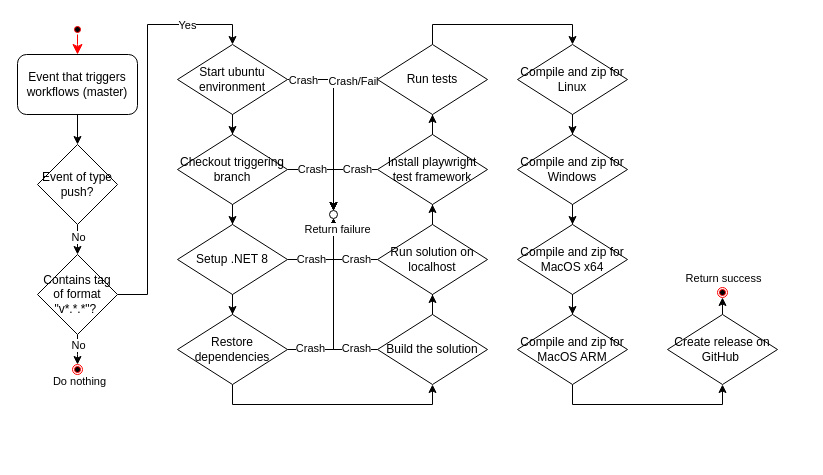
Earlier version of the draw.io diagram docs/diagrams/release.drawio (ITU-BDSA2024-GROUP5/Chirp). Source tidied: cells renumbered, new cells numbered last; positions are measured from the earlier drawing's top-left corner, leaving out a move shared by most shapes. Both pictures are drawn from the tidied source at 100%, with x=0, y=0 at pixel (17, 24).
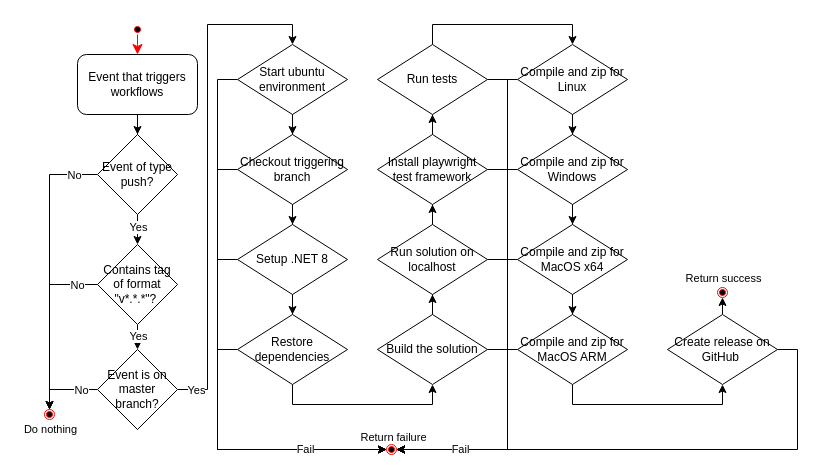
Above is the later version.

Commit message (it also covers changes not shown here):
add diagrams for workflows

Unchanged cells that the change refers to:
```xml
<mxCell id="4" style="edgeStyle=orthogonalEdgeStyle;rounded=0;jettySize=auto;html=1;entryX=0.5;entryY=0;entryDx=0;entryDy=0;" parent="1" edge="1" source="6" target="12">
  <mxGeometry relative="1" as="geometry" />
</mxCell>
<mxCell id="28" value="Run solution on localhost" style="rhombus;whiteSpace=wrap;html=1;" parent="1" vertex="1">
  <mxGeometry x="360" y="200" width="110" height="70" as="geometry" />
</mxCell>
<mxCell id="32" value="Build the solution" style="rhombus;whiteSpace=wrap;html=1;" parent="1" vertex="1">
  <mxGeometry x="360" y="290" width="110" height="70" as="geometry" />
</mxCell>
<mxCell id="40" value="Install playwright test framework" style="rhombus;whiteSpace=wrap;html=1;" parent="1" vertex="1">
  <mxGeometry x="360" y="110" width="110" height="70" as="geometry" />
</mxCell>
<mxCell id="47" value="Run tests" style="rhombus;whiteSpace=wrap;html=1;" parent="1" vertex="1">
  <mxGeometry x="360" y="20" width="110" height="70" as="geometry" />
</mxCell>
<mxCell id="54" value="Compile and zip for Windows" style="rhombus;whiteSpace=wrap;html=1;" parent="1" vertex="1">
  <mxGeometry x="500" y="110" width="110" height="70" as="geometry" />
</mxCell>
<mxCell id="56" value="Compile and zip for Linux" style="rhombus;whiteSpace=wrap;html=1;" parent="1" vertex="1">
  <mxGeometry x="500" y="20" width="110" height="70" as="geometry" />
</mxCell>
<mxCell id="58" value="Compile and zip for MacOS x64" style="rhombus;whiteSpace=wrap;html=1;" parent="1" vertex="1">
  <mxGeometry x="500" y="200" width="110" height="70" as="geometry" />
</mxCell>
<mxCell id="60" value="Compile and zip for MacOS ARM" style="rhombus;whiteSpace=wrap;html=1;" parent="1" vertex="1">
  <mxGeometry x="500" y="290" width="110" height="70" as="geometry" />
</mxCell>
<mxCell id="61" value="Create release on GitHub&amp;nbsp;" style="rhombus;whiteSpace=wrap;html=1;" parent="1" vertex="1">
  <mxGeometry x="650" y="290" width="110" height="70" as="geometry" />
</mxCell>
```

The edit, as a diff of the source:
```diff
@@
-    <mxCell id="3" value="&lt;font&gt;Event that triggers workflows (master)&lt;/font&gt;" style="rounded=1;whiteSpace=wrap;html=1;" parent="1" vertex="1">
-      <mxGeometry y="30" width="120" height="60" as="geometry" />
+    <mxCell id="3" value="&lt;font&gt;Event that triggers workflows&lt;/font&gt;" style="rounded=1;whiteSpace=wrap;html=1;" parent="1" vertex="1">
+      <mxGeometry x="60" y="30" width="120" height="60" as="geometry" />
     </mxCell>
@@
-    <mxCell id="5" value="No" style="edgeLabel;html=1;align=center;verticalAlign=middle;" parent="4" vertex="1">
+    <mxCell id="5" value="Yes" style="edgeLabel;html=1;align=center;verticalAlign=middle;" parent="4" vertex="1">
       <mxGeometry x="0.48" y="-1" relative="1" as="geometry">
         <mxPoint x="1" y="-5" as="offset" />
       </mxGeometry>
     </mxCell>
+    <mxCell id="62" style="edgeStyle=orthogonalEdgeStyle;rounded=0;jettySize=auto;html=1;exitX=0;exitY=0.5;exitDx=0;exitDy=0;entryX=0.5;entryY=0;entryDx=0;entryDy=0;" parent="1" edge="1" source="6" target="49">
+      <mxGeometry relative="1" as="geometry" />
+    </mxCell>
+    <mxCell id="63" value="No" style="edgeLabel;html=1;align=center;verticalAlign=middle;" parent="62" vertex="1">
+      <mxGeometry x="-0.83" y="-4" relative="1" as="geometry">
+        <mxPoint y="4" as="offset" />
+      </mxGeometry>
+    </mxCell>
     <mxCell id="6" value="Event of type push?" style="rhombus;whiteSpace=wrap;html=1;" parent="1" vertex="1">
-      <mxGeometry x="20" y="120" width="80" height="80" as="geometry" />
+      <mxGeometry x="80" y="110" width="80" height="80" as="geometry" />
     </mxCell>
-    <mxCell id="7" style="edgeStyle=orthogonalEdgeStyle;rounded=0;jettySize=auto;html=1;" parent="1" edge="1" source="12">
-      <mxGeometry relative="1" as="geometry">
-        <mxPoint x="60" y="340" as="targetPoint" />
-      </mxGeometry>
-    </mxCell>
-    <mxCell id="8" value="Do nothing" style="edgeLabel;html=1;align=center;verticalAlign=middle;" parent="7" vertex="1">
-      <mxGeometry x="-0.19" y="1" relative="1" as="geometry">
-        <mxPoint y="34" as="offset" />
-      </mxGeometry>
-    </mxCell>
-    <mxCell id="9" value="No" style="edgeLabel;html=1;align=center;verticalAlign=middle;" parent="7" vertex="1">
-      <mxGeometry x="-0.26" y="-1" relative="1" as="geometry">
-        <mxPoint x="1" y="-1" as="offset" />
-      </mxGeometry>
-    </mxCell>
-    <mxCell id="10" style="edgeStyle=orthogonalEdgeStyle;rounded=0;jettySize=auto;html=1;entryX=0.5;entryY=0;entryDx=0;entryDy=0;" parent="1" edge="1" source="12" target="16">
-      <mxGeometry relative="1" as="geometry" />
-    </mxCell>
-    <mxCell id="11" value="Yes" style="edgeLabel;html=1;align=center;verticalAlign=middle;" parent="10" vertex="1">
-      <mxGeometry x="0.67" y="1" relative="1" as="geometry">
-        <mxPoint x="1" y="1" as="offset" />
-      </mxGeometry>
-    </mxCell>
+    <mxCell id="64" style="edgeStyle=orthogonalEdgeStyle;rounded=0;jettySize=auto;html=1;exitX=0.5;exitY=1;exitDx=0;exitDy=0;entryX=0.5;entryY=0;entryDx=0;entryDy=0;" parent="1" edge="1" source="12" target="88">
+      <mxGeometry relative="1" as="geometry" />
+    </mxCell>
+    <mxCell id="65" value="Yes" style="edgeLabel;html=1;align=center;verticalAlign=middle;" parent="64" vertex="1">
+      <mxGeometry x="-0.03" y="1" relative="1" as="geometry">
+        <mxPoint x="-1" y="-1" as="offset" />
+      </mxGeometry>
+    </mxCell>
+    <mxCell id="66" style="edgeStyle=orthogonalEdgeStyle;rounded=0;jettySize=auto;html=1;exitX=0;exitY=0.5;exitDx=0;exitDy=0;entryX=0.5;entryY=0;entryDx=0;entryDy=0;" parent="1" edge="1" source="12" target="49">
+      <mxGeometry relative="1" as="geometry" />
+    </mxCell>
+    <mxCell id="67" value="No" style="edgeLabel;html=1;align=center;verticalAlign=middle;" parent="66" vertex="1">
+      <mxGeometry x="-0.7" y="-1" relative="1" as="geometry">
+        <mxPoint x="5" y="1" as="offset" />
+      </mxGeometry>
+    </mxCell>
     <mxCell id="12" value="Contains tag of format &quot;v*.*.*&quot;?&amp;nbsp;" style="rhombus;whiteSpace=wrap;html=1;" parent="1" vertex="1">
-      <mxGeometry x="20" y="230" width="80" height="80" as="geometry" />
+      <mxGeometry x="80" y="220" width="80" height="80" as="geometry" />
     </mxCell>
@@
-    <mxCell id="14" style="edgeStyle=orthogonalEdgeStyle;rounded=0;jettySize=auto;html=1;exitX=1;exitY=0.5;exitDx=0;exitDy=0;" parent="1" edge="1" source="16" target="48">
-      <mxGeometry relative="1" as="geometry" />
-    </mxCell>
-    <mxCell id="15" value="Crash" style="edgeLabel;html=1;align=center;verticalAlign=middle;" parent="14" vertex="1">
-      <mxGeometry x="-0.79" y="-1" relative="1" as="geometry">
-        <mxPoint x="-4" y="-1" as="offset" />
-      </mxGeometry>
-    </mxCell>
+    <mxCell id="68" style="edgeStyle=orthogonalEdgeStyle;rounded=0;jettySize=auto;html=1;exitX=0;exitY=0.5;exitDx=0;exitDy=0;entryX=0;entryY=0.5;entryDx=0;entryDy=0;" parent="1" edge="1" source="16" target="83">
+      <mxGeometry relative="1" as="geometry" />
+    </mxCell>
     <mxCell id="16" value="Start ubuntu environment" style="rhombus;whiteSpace=wrap;html=1;" parent="1" vertex="1">
-      <mxGeometry x="160" y="20" width="110" height="70" as="geometry" />
+      <mxGeometry x="220" y="20" width="110" height="70" as="geometry" />
     </mxCell>
@@
-    <mxCell id="18" style="edgeStyle=orthogonalEdgeStyle;rounded=0;jettySize=auto;html=1;entryX=0.5;entryY=0;entryDx=0;entryDy=0;" parent="1" edge="1" source="20" target="48">
-      <mxGeometry relative="1" as="geometry" />
-    </mxCell>
-    <mxCell id="19" value="Crash" style="edgeLabel;html=1;align=center;verticalAlign=middle;" parent="18" vertex="1">
-      <mxGeometry x="-0.52" y="2" relative="1" as="geometry">
-        <mxPoint x="3" y="1" as="offset" />
-      </mxGeometry>
-    </mxCell>
+    <mxCell id="69" style="edgeStyle=orthogonalEdgeStyle;rounded=0;jettySize=auto;html=1;exitX=0;exitY=0.5;exitDx=0;exitDy=0;entryX=0;entryY=0.5;entryDx=0;entryDy=0;" parent="1" edge="1" source="20" target="83">
+      <mxGeometry relative="1" as="geometry" />
+    </mxCell>
     <mxCell id="20" value="Checkout triggering branch" style="rhombus;whiteSpace=wrap;html=1;" parent="1" vertex="1">
-      <mxGeometry x="160" y="110" width="110" height="70" as="geometry" />
+      <mxGeometry x="220" y="110" width="110" height="70" as="geometry" />
     </mxCell>
@@
-    <mxCell id="22" style="edgeStyle=orthogonalEdgeStyle;rounded=0;jettySize=auto;html=1;entryX=0.5;entryY=1;entryDx=0;entryDy=0;" parent="1" edge="1" source="24" target="48">
-      <mxGeometry relative="1" as="geometry" />
-    </mxCell>
-    <mxCell id="23" value="Crash" style="edgeLabel;html=1;align=center;verticalAlign=middle;" parent="22" vertex="1">
-      <mxGeometry x="-0.81" y="1" relative="1" as="geometry">
-        <mxPoint x="15" as="offset" />
-      </mxGeometry>
-    </mxCell>
+    <mxCell id="70" style="edgeStyle=orthogonalEdgeStyle;rounded=0;jettySize=auto;html=1;exitX=0;exitY=0.5;exitDx=0;exitDy=0;entryX=0;entryY=0.5;entryDx=0;entryDy=0;" parent="1" edge="1" source="24" target="83">
+      <mxGeometry relative="1" as="geometry" />
+    </mxCell>
     <mxCell id="24" value="Setup .NET 8" style="rhombus;whiteSpace=wrap;html=1;" parent="1" vertex="1">
-      <mxGeometry x="160" y="200" width="110" height="70" as="geometry" />
+      <mxGeometry x="220" y="200" width="110" height="70" as="geometry" />
     </mxCell>
@@
-    <mxCell id="26" style="edgeStyle=orthogonalEdgeStyle;rounded=0;jettySize=auto;html=1;entryX=0.5;entryY=1;entryDx=0;entryDy=0;" parent="1" edge="1" source="28" target="48">
-      <mxGeometry relative="1" as="geometry" />
-    </mxCell>
-    <mxCell id="27" value="Crash" style="edgeLabel;html=1;align=center;verticalAlign=middle;" parent="26" vertex="1">
-      <mxGeometry x="-0.63" relative="1" as="geometry">
-        <mxPoint x="-6" y="-1" as="offset" />
-      </mxGeometry>
-    </mxCell>
+    <mxCell id="71" style="edgeStyle=orthogonalEdgeStyle;rounded=0;jettySize=auto;html=1;exitX=1;exitY=0.5;exitDx=0;exitDy=0;entryX=1;entryY=0.5;entryDx=0;entryDy=0;" parent="1" edge="1" source="28" target="83">
+      <mxGeometry relative="1" as="geometry" />
+    </mxCell>
@@
-    <mxCell id="30" style="edgeStyle=orthogonalEdgeStyle;rounded=0;jettySize=auto;html=1;" parent="1" edge="1" source="32" target="48">
-      <mxGeometry relative="1" as="geometry" />
-    </mxCell>
-    <mxCell id="31" value="Crash" style="edgeLabel;html=1;align=center;verticalAlign=middle;" parent="30" vertex="1">
-      <mxGeometry x="-0.82" y="-2" relative="1" as="geometry">
-        <mxPoint x="-6" as="offset" />
-      </mxGeometry>
-    </mxCell>
+    <mxCell id="72" style="edgeStyle=orthogonalEdgeStyle;rounded=0;jettySize=auto;html=1;exitX=1;exitY=0.5;exitDx=0;exitDy=0;entryX=1;entryY=0.5;entryDx=0;entryDy=0;" parent="1" edge="1" source="32" target="83">
+      <mxGeometry relative="1" as="geometry" />
+    </mxCell>
@@
-    <mxCell id="34" style="edgeStyle=orthogonalEdgeStyle;rounded=0;jettySize=auto;html=1;" parent="1" edge="1" source="36" target="48">
-      <mxGeometry relative="1" as="geometry" />
-    </mxCell>
-    <mxCell id="35" value="Crash" style="edgeLabel;html=1;align=center;verticalAlign=middle;" parent="34" vertex="1">
-      <mxGeometry x="-0.86" y="-2" relative="1" as="geometry">
-        <mxPoint x="10" y="-4" as="offset" />
-      </mxGeometry>
-    </mxCell>
+    <mxCell id="73" style="edgeStyle=orthogonalEdgeStyle;rounded=0;jettySize=auto;html=1;exitX=0;exitY=0.5;exitDx=0;exitDy=0;entryX=0;entryY=0.5;entryDx=0;entryDy=0;" parent="1" edge="1" source="36" target="83">
+      <mxGeometry relative="1" as="geometry" />
+    </mxCell>
+    <mxCell id="74" value="Fail" style="edgeLabel;html=1;align=center;verticalAlign=middle;" parent="73" vertex="1">
+      <mxGeometry x="0.38" y="-2" relative="1" as="geometry">
+        <mxPoint x="8" y="-3" as="offset" />
+      </mxGeometry>
+    </mxCell>
     <mxCell id="36" value="Restore dependencies" style="rhombus;whiteSpace=wrap;html=1;" parent="1" vertex="1">
-      <mxGeometry x="160" y="290" width="110" height="70" as="geometry" />
+      <mxGeometry x="220" y="290" width="110" height="70" as="geometry" />
     </mxCell>
@@
-    <mxCell id="38" style="edgeStyle=orthogonalEdgeStyle;rounded=0;jettySize=auto;html=1;entryX=0.5;entryY=0;entryDx=0;entryDy=0;" parent="1" edge="1" source="40" target="48">
-      <mxGeometry relative="1" as="geometry" />
-    </mxCell>
-    <mxCell id="39" value="Crash" style="edgeLabel;html=1;align=center;verticalAlign=middle;" parent="38" vertex="1">
-      <mxGeometry x="-0.46" y="-2" relative="1" as="geometry">
-        <mxPoint x="2" y="1" as="offset" />
-      </mxGeometry>
-    </mxCell>
+    <mxCell id="75" style="edgeStyle=orthogonalEdgeStyle;rounded=0;jettySize=auto;html=1;exitX=1;exitY=0.5;exitDx=0;exitDy=0;entryX=1;entryY=0.5;entryDx=0;entryDy=0;" parent="1" edge="1" source="40" target="83">
+      <mxGeometry relative="1" as="geometry" />
+    </mxCell>
@@
-    <mxCell id="41" style="edgeStyle=orthogonalEdgeStyle;rounded=0;jettySize=auto;html=1;exitX=0;exitY=0.5;exitDx=0;exitDy=0;entryX=0.5;entryY=0;entryDx=0;entryDy=0;" parent="1" edge="1" source="47" target="48">
-      <mxGeometry relative="1" as="geometry" />
-    </mxCell>
-    <mxCell id="42" value="Crash/Fail" style="edgeLabel;html=1;align=center;verticalAlign=middle;" parent="41" vertex="1">
-      <mxGeometry x="-0.71" y="1" relative="1" as="geometry" />
-    </mxCell>
-    <mxCell id="43" value="Return failure" style="edgeLabel;html=1;align=center;verticalAlign=middle;" parent="41" vertex="1">
-      <mxGeometry x="0.63" relative="1" as="geometry">
-        <mxPoint x="3" y="50" as="offset" />
-      </mxGeometry>
-    </mxCell>
@@
+    <mxCell id="76" style="edgeStyle=orthogonalEdgeStyle;rounded=0;jettySize=auto;html=1;exitX=1;exitY=0.5;exitDx=0;exitDy=0;entryX=1;entryY=0.5;entryDx=0;entryDy=0;" parent="1" edge="1" source="47" target="83">
+      <mxGeometry relative="1" as="geometry" />
+    </mxCell>
@@
-    <mxCell id="48" style="ellipse;whiteSpace=wrap;html=1;" parent="1" vertex="1">
-      <mxGeometry x="312" y="186" width="8" height="8" as="geometry" />
-    </mxCell>
     <mxCell id="49" style="ellipse;html=1;shape=endState;fillColor=#000000;strokeColor=#ff0000;" parent="1" vertex="1">
-      <mxGeometry x="55" y="340" width="10" height="10" as="geometry" />
+      <mxGeometry x="27" y="385" width="10" height="10" as="geometry" />
     </mxCell>
@@
     <mxCell id="51" style="ellipse;html=1;shape=startState;fillColor=#000000;strokeColor=#ff0000;" parent="1" vertex="1">
-      <mxGeometry x="55" width="10" height="10" as="geometry" />
+      <mxGeometry x="115" width="10" height="10" as="geometry" />
     </mxCell>
     <mxCell id="52" style="edgeStyle=orthogonalEdgeStyle;html=1;verticalAlign=bottom;endArrow=classic;endSize=8;strokeColor=#ff0000;rounded=0;endFill=1;" parent="1" edge="1" source="51">
       <mxGeometry relative="1" as="geometry">
-        <mxPoint x="60" y="30" as="targetPoint" />
+        <mxPoint x="120" y="30" as="targetPoint" />
       </mxGeometry>
     </mxCell>
@@
+    <mxCell id="77" style="edgeStyle=orthogonalEdgeStyle;rounded=0;jettySize=auto;html=1;exitX=0;exitY=0.5;exitDx=0;exitDy=0;entryX=1;entryY=0.5;entryDx=0;entryDy=0;" parent="1" edge="1" source="54" target="83">
+      <mxGeometry relative="1" as="geometry">
+        <Array as="points">
+          <mxPoint x="490" y="145" />
+          <mxPoint x="490" y="425" />
+        </Array>
+      </mxGeometry>
+    </mxCell>
@@
+    <mxCell id="78" style="edgeStyle=orthogonalEdgeStyle;rounded=0;jettySize=auto;html=1;exitX=0;exitY=0.5;exitDx=0;exitDy=0;entryX=1;entryY=0.5;entryDx=0;entryDy=0;" parent="1" edge="1" source="56" target="83">
+      <mxGeometry relative="1" as="geometry">
+        <Array as="points">
+          <mxPoint x="490" y="55" />
+          <mxPoint x="490" y="425" />
+        </Array>
+      </mxGeometry>
+    </mxCell>
@@
+    <mxCell id="79" style="edgeStyle=orthogonalEdgeStyle;rounded=0;jettySize=auto;html=1;exitX=0;exitY=0.5;exitDx=0;exitDy=0;entryX=1;entryY=0.5;entryDx=0;entryDy=0;" parent="1" edge="1" source="58" target="83">
+      <mxGeometry relative="1" as="geometry">
+        <Array as="points">
+          <mxPoint x="490" y="235" />
+          <mxPoint x="490" y="425" />
+        </Array>
+      </mxGeometry>
+    </mxCell>
@@
+    <mxCell id="80" style="edgeStyle=orthogonalEdgeStyle;rounded=0;jettySize=auto;html=1;exitX=0;exitY=0.5;exitDx=0;exitDy=0;entryX=1;entryY=0.5;entryDx=0;entryDy=0;" parent="1" edge="1" source="60" target="83">
+      <mxGeometry relative="1" as="geometry">
+        <Array as="points">
+          <mxPoint x="490" y="325" />
+          <mxPoint x="490" y="425" />
+        </Array>
+      </mxGeometry>
+    </mxCell>
+    <mxCell id="43" value="Return failure" style="edgeLabel;html=1;align=center;verticalAlign=middle;" parent="80" vertex="1">
+      <mxGeometry x="0.71" y="-2" relative="1" as="geometry">
+        <mxPoint x="-36" y="-11" as="offset" />
+      </mxGeometry>
+    </mxCell>
@@
+    <mxCell id="81" style="edgeStyle=orthogonalEdgeStyle;rounded=0;jettySize=auto;html=1;exitX=1;exitY=0.5;exitDx=0;exitDy=0;entryX=1;entryY=0.5;entryDx=0;entryDy=0;" parent="1" edge="1" source="61" target="83">
+      <mxGeometry relative="1" as="geometry" />
+    </mxCell>
+    <mxCell id="82" value="Fail" style="edgeLabel;html=1;align=center;verticalAlign=middle;" parent="81" vertex="1">
+      <mxGeometry x="0.76" y="-2" relative="1" as="geometry">
+        <mxPoint y="1" as="offset" />
+      </mxGeometry>
+    </mxCell>
@@
+    <mxCell id="83" style="ellipse;html=1;shape=endState;fillColor=#000000;strokeColor=#ff0000;" parent="1" vertex="1">
+      <mxGeometry x="369" y="420" width="10" height="10" as="geometry" />
+    </mxCell>
+    <mxCell id="84" style="edgeStyle=orthogonalEdgeStyle;rounded=0;jettySize=auto;html=1;exitX=0;exitY=0.5;exitDx=0;exitDy=0;entryX=0.5;entryY=0;entryDx=0;entryDy=0;" parent="1" edge="1" source="88" target="49">
+      <mxGeometry relative="1" as="geometry" />
+    </mxCell>
+    <mxCell id="85" value="No" style="edgeLabel;html=1;align=center;verticalAlign=middle;" parent="84" vertex="1">
+      <mxGeometry x="-0.39" y="-1" relative="1" as="geometry">
+        <mxPoint x="4" y="1" as="offset" />
+      </mxGeometry>
+    </mxCell>
+    <mxCell id="8" value="Do nothing" style="edgeLabel;html=1;align=center;verticalAlign=middle;" parent="84" vertex="1">
+      <mxGeometry x="0.58" y="-1" relative="1" as="geometry">
+        <mxPoint x="1" y="33" as="offset" />
+      </mxGeometry>
+    </mxCell>
+    <mxCell id="86" style="edgeStyle=orthogonalEdgeStyle;rounded=0;jettySize=auto;html=1;exitX=1;exitY=0.5;exitDx=0;exitDy=0;entryX=0.5;entryY=0;entryDx=0;entryDy=0;" parent="1" edge="1" source="88" target="16">
+      <mxGeometry relative="1" as="geometry" />
+    </mxCell>
+    <mxCell id="87" value="Yes" style="edgeLabel;html=1;align=center;verticalAlign=middle;" parent="86" vertex="1">
+      <mxGeometry x="-0.92" relative="1" as="geometry">
+        <mxPoint x="-2" as="offset" />
+      </mxGeometry>
+    </mxCell>
+    <mxCell id="88" value="Event is on master branch?" style="rhombus;whiteSpace=wrap;html=1;" parent="1" vertex="1">
+      <mxGeometry x="80" y="325" width="80" height="80" as="geometry" />
+    </mxCell>
```
